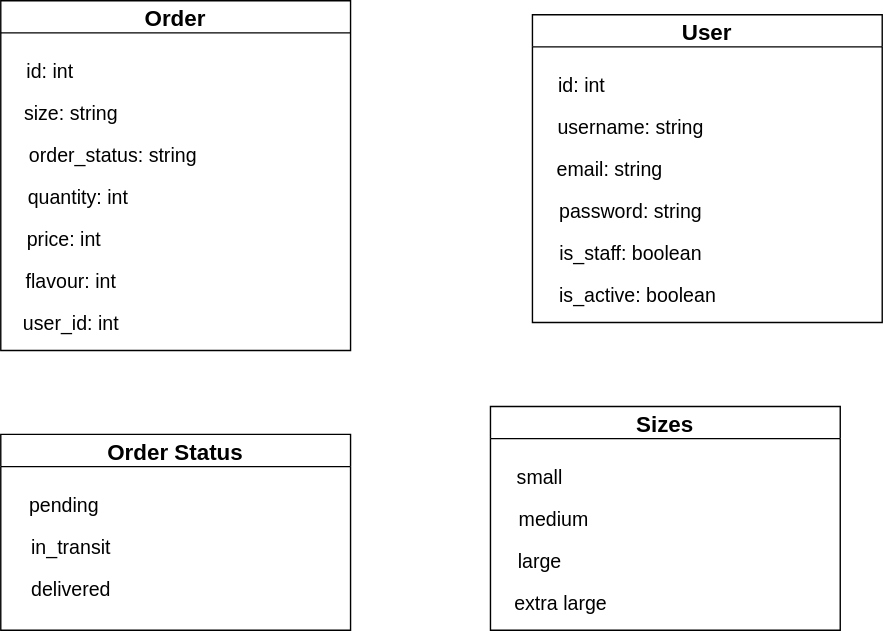
Before: diagrams/diagram.drawio.svg, a diagram exported from draw.io (juan-formoso/pizza-delivery-api). Source tidied: cells renumbered, new cells last; positions are measured from the earlier drawing's top-left corner, leaving out a move shared by most shapes.
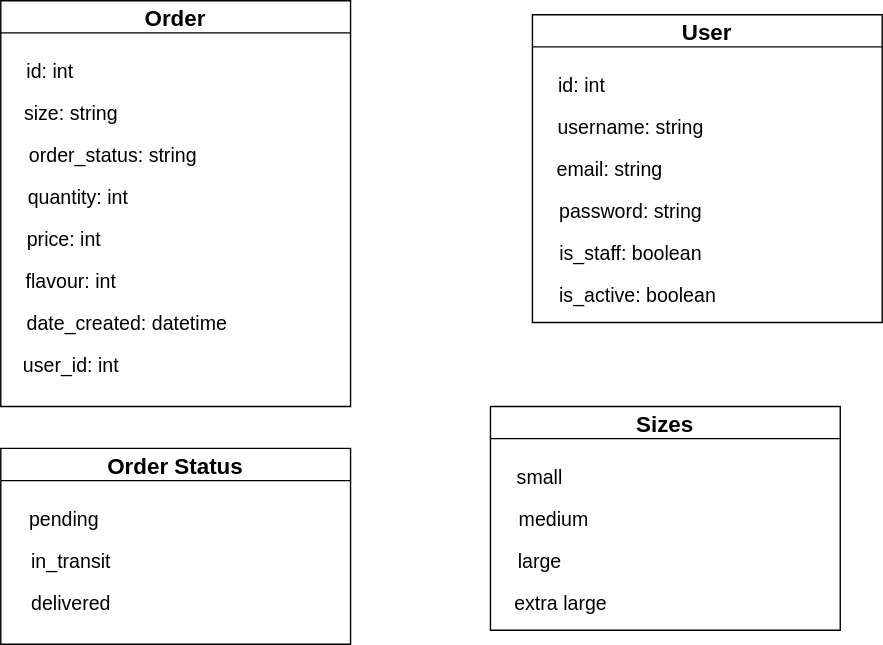
The same diagram one commit later.

Commit message:
Atualiza diagrama da tabela Order

The edit, as a diff of the source:
```diff
@@ -3,7 +3,7 @@
     <mxCell id="0" />
     <mxCell id="1" parent="0" />
     <mxCell id="2" value="Order" style="swimlane;fontSize=16;startSize=23;" parent="1" vertex="1">
-      <mxGeometry width="250" height="250" as="geometry" />
+      <mxGeometry width="250" height="290" as="geometry" />
     </mxCell>
     <mxCell id="3" value="&lt;font style=&quot;font-size: 14px&quot;&gt;id: int&lt;/font&gt;" style="text;html=1;align=center;verticalAlign=middle;fillColor=none;strokeColor=none;rounded=0;fontSize=16;" parent="2" vertex="1">
       <mxGeometry x="10" y="40" width="50" height="20" as="geometry" />
@@ -24,8 +24,11 @@
       <mxGeometry x="10" y="190" width="80" height="20" as="geometry" />
     </mxCell>
     <mxCell id="9" value="&lt;font style=&quot;font-size: 14px&quot;&gt;user_id: int&lt;/font&gt;" style="text;html=1;align=center;verticalAlign=middle;fillColor=none;strokeColor=none;rounded=0;fontSize=16;" parent="2" vertex="1">
-      <mxGeometry x="10" y="220" width="80" height="20" as="geometry" />
+      <mxGeometry x="10" y="250" width="80" height="20" as="geometry" />
     </mxCell>
+    <mxCell id="26" value="&lt;font style=&quot;font-size: 14px&quot;&gt;date_created: datetime&lt;/font&gt;" style="text;html=1;align=center;verticalAlign=middle;fillColor=none;strokeColor=none;rounded=0;fontSize=16;" parent="2" vertex="1">
+      <mxGeometry x="10" y="220" width="160" height="20" as="geometry" />
+    </mxCell>
     <mxCell id="10" value="User" style="swimlane;fontSize=16;startSize=23;" parent="1" vertex="1">
       <mxGeometry x="380" y="10" width="250" height="220" as="geometry" />
     </mxCell>
@@ -48,7 +51,7 @@
       <mxGeometry x="10" y="190" width="130" height="20" as="geometry" />
     </mxCell>
     <mxCell id="17" value="Order Status" style="swimlane;fontSize=16;startSize=23;" parent="1" vertex="1">
-      <mxGeometry y="310" width="250" height="140" as="geometry" />
+      <mxGeometry y="320" width="250" height="140" as="geometry" />
     </mxCell>
     <mxCell id="18" value="&lt;font style=&quot;font-size: 14px&quot;&gt;pending&lt;br&gt;&lt;/font&gt;" style="text;html=1;align=center;verticalAlign=middle;fillColor=none;strokeColor=none;rounded=0;fontSize=16;" parent="17" vertex="1">
       <mxGeometry x="10" y="40" width="70" height="20" as="geometry" />
```
